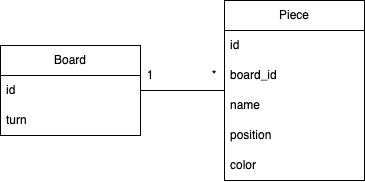
This is docs/chessERD.png from woowacourse/java-chess, a draw.io export, as it was before one commit. Source tidied: cells renumbered, new cells last; positions are measured from the earlier drawing's top-left corner, leaving out a move shared by most shapes.
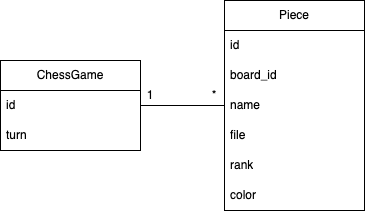
Above is the later version.

The edit, as a diff of the source:
```diff
@@ -5,8 +5,8 @@
     <mxCell id="2" style="edgeStyle=orthogonalEdgeStyle;rounded=0;jettySize=auto;html=1;entryX=0;entryY=0.5;entryDx=0;entryDy=0;endArrow=none;endFill=0;" parent="1" edge="1" source="3" target="6">
       <mxGeometry relative="1" as="geometry" />
     </mxCell>
-    <mxCell id="3" value="Board" style="swimlane;fontStyle=0;horizontal=1;startSize=30;whiteSpace=wrap;html=1;" parent="1" vertex="1">
-      <mxGeometry y="45" width="140" height="90" as="geometry" />
+    <mxCell id="3" value="ChessGame" style="swimlane;fontStyle=0;horizontal=1;startSize=30;whiteSpace=wrap;html=1;" parent="1" vertex="1">
+      <mxGeometry y="60" width="140" height="90" as="geometry" />
     </mxCell>
     <mxCell id="4" value="id" style="text;strokeColor=none;fillColor=none;align=left;verticalAlign=middle;spacingLeft=4;spacingRight=4;overflow=hidden;whiteSpace=wrap;html=1;" parent="3" vertex="1">
       <mxGeometry y="30" width="140" height="30" as="geometry" />
@@ -15,7 +15,7 @@
       <mxGeometry y="60" width="140" height="30" as="geometry" />
     </mxCell>
     <mxCell id="6" value="Piece" style="swimlane;fontStyle=0;horizontal=1;startSize=30;whiteSpace=wrap;html=1;" parent="1" vertex="1">
-      <mxGeometry x="224" width="140" height="180" as="geometry" />
+      <mxGeometry x="224" width="140" height="210" as="geometry" />
     </mxCell>
     <mxCell id="7" value="id" style="text;strokeColor=none;fillColor=none;align=left;verticalAlign=middle;spacingLeft=4;spacingRight=4;overflow=hidden;whiteSpace=wrap;html=1;" parent="6" vertex="1">
       <mxGeometry y="30" width="140" height="30" as="geometry" />
@@ -26,17 +26,20 @@
     <mxCell id="9" value="name" style="text;strokeColor=none;fillColor=none;align=left;verticalAlign=middle;spacingLeft=4;spacingRight=4;overflow=hidden;whiteSpace=wrap;html=1;" parent="6" vertex="1">
       <mxGeometry y="90" width="140" height="30" as="geometry" />
     </mxCell>
-    <mxCell id="10" value="position" style="text;strokeColor=none;fillColor=none;align=left;verticalAlign=middle;spacingLeft=4;spacingRight=4;overflow=hidden;whiteSpace=wrap;html=1;" parent="6" vertex="1">
+    <mxCell id="10" value="file" style="text;strokeColor=none;fillColor=none;align=left;verticalAlign=middle;spacingLeft=4;spacingRight=4;overflow=hidden;whiteSpace=wrap;html=1;" parent="6" vertex="1">
       <mxGeometry y="120" width="140" height="30" as="geometry" />
     </mxCell>
+    <mxCell id="14" value="rank" style="text;strokeColor=none;fillColor=none;align=left;verticalAlign=middle;spacingLeft=4;spacingRight=4;overflow=hidden;whiteSpace=wrap;html=1;" parent="6" vertex="1">
+      <mxGeometry y="150" width="140" height="30" as="geometry" />
+    </mxCell>
     <mxCell id="11" value="color" style="text;strokeColor=none;fillColor=none;align=left;verticalAlign=middle;spacingLeft=4;spacingRight=4;overflow=hidden;whiteSpace=wrap;html=1;" parent="6" vertex="1">
-      <mxGeometry y="150" width="140" height="30" as="geometry" />
+      <mxGeometry y="180" width="140" height="30" as="geometry" />
     </mxCell>
     <mxCell id="12" value="1" style="text;html=1;strokeColor=none;fillColor=none;align=center;verticalAlign=middle;whiteSpace=wrap;rounded=0;" parent="1" vertex="1">
-      <mxGeometry x="140" y="60" width="20" height="30" as="geometry" />
+      <mxGeometry x="140" y="80" width="20" height="30" as="geometry" />
     </mxCell>
     <mxCell id="13" value="*" style="text;html=1;strokeColor=none;fillColor=none;align=center;verticalAlign=middle;whiteSpace=wrap;rounded=0;" parent="1" vertex="1">
-      <mxGeometry x="204" y="60" width="20" height="30" as="geometry" />
+      <mxGeometry x="204" y="80" width="20" height="30" as="geometry" />
     </mxCell>
   </root>
 </mxGraphModel>
```
